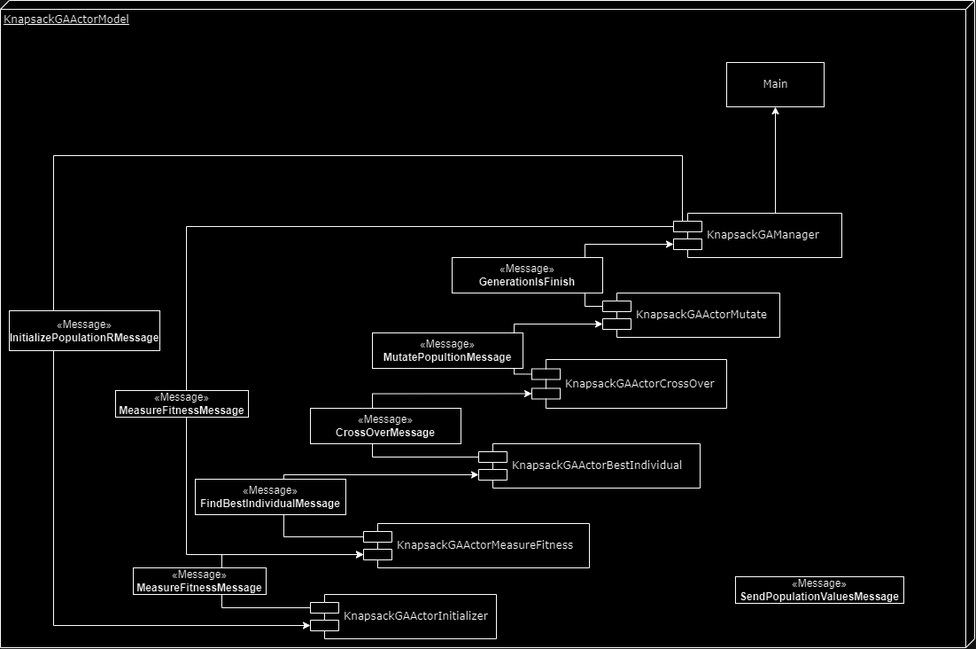
Daniel02Lopes/PPC keeps this draw.io diagram as KnapsackGAActorModel/arquitetura.drawio.png. Above is the earlier version. Source tidied: cells renumbered, new cells last; positions are measured from the earlier drawing's top-left corner, leaving out a move shared by most shapes.
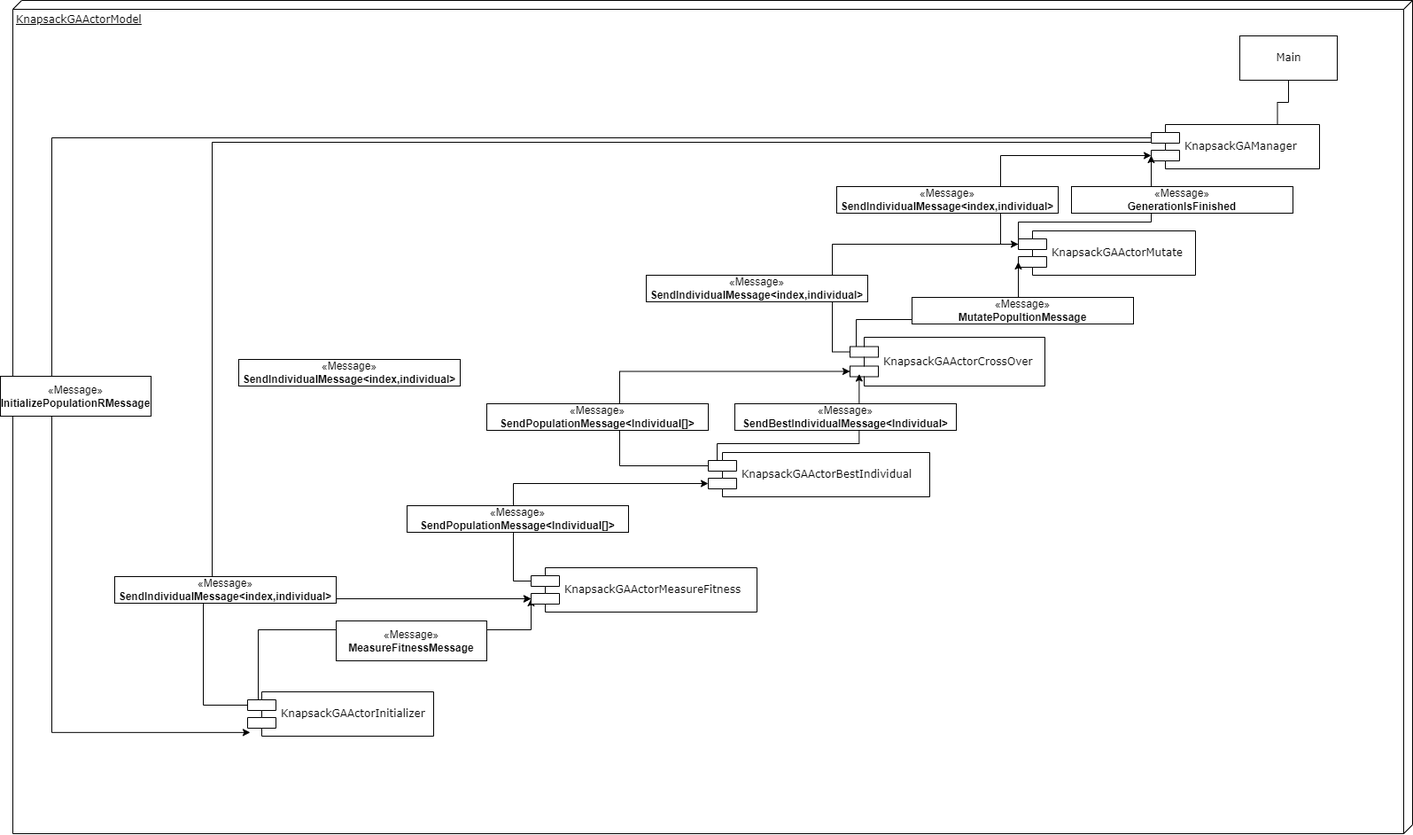
Later version of the same file.

Commit message:
Alterado o desenho da arquitetura para relatório

Diff of the diagram source:
```diff
@@ -3,110 +3,147 @@
     <mxCell id="0" />
     <mxCell id="1" parent="0" />
     <mxCell id="2" value="KnapsackGAActorModel" style="verticalAlign=top;align=left;spacingTop=8;spacingLeft=2;spacingRight=12;shape=cube;size=10;direction=south;fontStyle=4;html=1;rounded=0;shadow=0;comic=0;labelBackgroundColor=none;strokeWidth=1;fontFamily=Verdana;fontSize=12;" parent="1" vertex="1">
-      <mxGeometry width="1100" height="730" as="geometry" />
+      <mxGeometry x="-195" y="60" width="1580" height="940" as="geometry" />
     </mxCell>
     <mxCell id="3" value="Main" style="html=1;rounded=0;shadow=0;comic=0;labelBackgroundColor=none;strokeWidth=1;fontFamily=Verdana;fontSize=12;align=center;" parent="1" vertex="1">
-      <mxGeometry x="820" y="70" width="110" height="50" as="geometry" />
+      <mxGeometry x="1190" y="100" width="110" height="50" as="geometry" />
     </mxCell>
-    <mxCell id="4" style="edgeStyle=orthogonalEdgeStyle;rounded=0;jettySize=auto;html=1;exitX=0;exitY=0.3;exitDx=0;exitDy=0;entryX=0;entryY=0.7;entryDx=0;entryDy=0;" parent="1" edge="1" source="7" target="9">
-      <mxGeometry relative="1" as="geometry">
-        <Array as="points">
-          <mxPoint x="770" y="255" />
-          <mxPoint x="770" y="175" />
-          <mxPoint x="60" y="175" />
-          <mxPoint x="60" y="705" />
-        </Array>
-      </mxGeometry>
-    </mxCell>
-    <mxCell id="5" style="edgeStyle=orthogonalEdgeStyle;rounded=0;jettySize=auto;html=1;exitX=0.5;exitY=0;exitDx=0;exitDy=0;entryX=0.5;entryY=1;entryDx=0;entryDy=0;" parent="1" edge="1" source="7" target="3">
-      <mxGeometry relative="1" as="geometry">
-        <Array as="points">
-          <mxPoint x="875" y="240" />
-        </Array>
-      </mxGeometry>
+    <mxCell id="5" style="edgeStyle=orthogonalEdgeStyle;rounded=0;jettySize=auto;html=1;exitX=0.75;exitY=0;exitDx=0;exitDy=0;entryX=0.5;entryY=1;entryDx=0;entryDy=0;endArrow=none;endFill=0;" parent="1" edge="1" source="7" target="3">
+      <mxGeometry relative="1" as="geometry" />
     </mxCell>
     <mxCell id="6" style="edgeStyle=orthogonalEdgeStyle;rounded=0;jettySize=auto;html=1;exitX=0;exitY=0.3;exitDx=0;exitDy=0;entryX=0;entryY=0.7;entryDx=0;entryDy=0;" parent="1" edge="1" source="7" target="17">
       <mxGeometry relative="1" as="geometry">
         <Array as="points">
-          <mxPoint x="210" y="255" />
-          <mxPoint x="210" y="625" />
+          <mxPoint x="1090" y="220" />
+          <mxPoint x="30" y="220" />
+          <mxPoint x="30" y="735" />
         </Array>
       </mxGeometry>
     </mxCell>
     <mxCell id="7" value="KnapsackGAManager" style="shape=component;align=left;spacingLeft=36;rounded=0;shadow=0;comic=0;labelBackgroundColor=none;strokeWidth=1;fontFamily=Verdana;fontSize=12;html=1;" parent="1" vertex="1">
-      <mxGeometry x="760" y="240" width="190" height="50" as="geometry" />
+      <mxGeometry x="1090" y="200" width="190" height="50" as="geometry" />
     </mxCell>
-    <mxCell id="8" style="edgeStyle=orthogonalEdgeStyle;rounded=0;jettySize=auto;html=1;exitX=0;exitY=0.3;exitDx=0;exitDy=0;entryX=0;entryY=0.7;entryDx=0;entryDy=0;" parent="1" edge="1" source="9" target="17">
-      <mxGeometry relative="1" as="geometry">
-        <Array as="points">
-          <mxPoint x="250" y="685" />
-          <mxPoint x="250" y="625" />
-        </Array>
-      </mxGeometry>
-    </mxCell>
+    <mxCell id="27" style="edgeStyle=orthogonalEdgeStyle;rounded=0;jettySize=auto;html=1;exitX=0;exitY=0.3;exitDx=0;exitDy=0;entryX=0;entryY=0.7;entryDx=0;entryDy=0;" parent="1" edge="1" source="9" target="17">
+      <mxGeometry relative="1" as="geometry">
+        <Array as="points">
+          <mxPoint x="20" y="855" />
+          <mxPoint x="20" y="735" />
+        </Array>
+      </mxGeometry>
+    </mxCell>
+    <mxCell id="28" style="edgeStyle=orthogonalEdgeStyle;rounded=0;jettySize=auto;html=1;exitX=0;exitY=0.3;exitDx=0;exitDy=0;entryX=0;entryY=0.7;entryDx=0;entryDy=0;" parent="1" edge="1" source="9" target="17">
+      <mxGeometry relative="1" as="geometry">
+        <Array as="points">
+          <mxPoint x="82" y="855" />
+          <mxPoint x="82" y="770" />
+          <mxPoint x="390" y="770" />
+        </Array>
+      </mxGeometry>
+    </mxCell>
     <mxCell id="9" value="KnapsackGAActorInitializer" style="shape=component;align=left;spacingLeft=36;rounded=0;shadow=0;comic=0;labelBackgroundColor=none;strokeWidth=1;fontFamily=Verdana;fontSize=12;html=1;" parent="1" vertex="1">
-      <mxGeometry x="350" y="670" width="210" height="50" as="geometry" />
+      <mxGeometry x="70" y="840" width="210" height="50" as="geometry" />
     </mxCell>
-    <mxCell id="10" style="edgeStyle=orthogonalEdgeStyle;rounded=0;jettySize=auto;html=1;exitX=0;exitY=0.3;exitDx=0;exitDy=0;entryX=0;entryY=0.7;entryDx=0;entryDy=0;" parent="1" edge="1" source="11" target="7">
-      <mxGeometry relative="1" as="geometry" />
-    </mxCell>
+    <mxCell id="29" style="edgeStyle=orthogonalEdgeStyle;rounded=0;jettySize=auto;html=1;exitX=0;exitY=0.3;exitDx=0;exitDy=0;entryX=0;entryY=0.7;entryDx=0;entryDy=0;" parent="1" edge="1" source="11" target="7">
+      <mxGeometry relative="1" as="geometry" />
+    </mxCell>
+    <mxCell id="30" style="edgeStyle=orthogonalEdgeStyle;rounded=0;jettySize=auto;html=1;exitX=0;exitY=0.3;exitDx=0;exitDy=0;entryX=0;entryY=0.7;entryDx=0;entryDy=0;" parent="1" edge="1" source="11" target="7">
+      <mxGeometry relative="1" as="geometry">
+        <Array as="points">
+          <mxPoint x="940" y="310" />
+          <mxPoint x="1090" y="310" />
+        </Array>
+      </mxGeometry>
+    </mxCell>
     <mxCell id="11" value="KnapsackGAActorMutate" style="shape=component;align=left;spacingLeft=36;rounded=0;shadow=0;comic=0;labelBackgroundColor=none;strokeWidth=1;fontFamily=Verdana;fontSize=12;html=1;" parent="1" vertex="1">
-      <mxGeometry x="680" y="330" width="200" height="50" as="geometry" />
+      <mxGeometry x="940" y="320" width="200" height="50" as="geometry" />
     </mxCell>
-    <mxCell id="12" style="edgeStyle=orthogonalEdgeStyle;rounded=0;jettySize=auto;html=1;exitX=0;exitY=0.3;exitDx=0;exitDy=0;entryX=0;entryY=0.7;entryDx=0;entryDy=0;" parent="1" edge="1" source="13" target="11">
-      <mxGeometry relative="1" as="geometry" />
-    </mxCell>
+    <mxCell id="31" style="edgeStyle=orthogonalEdgeStyle;rounded=0;jettySize=auto;html=1;exitX=0;exitY=0.3;exitDx=0;exitDy=0;entryX=0;entryY=0.3;entryDx=0;entryDy=0;" parent="1" edge="1" source="13" target="11">
+      <mxGeometry relative="1" as="geometry" />
+    </mxCell>
+    <mxCell id="32" style="edgeStyle=orthogonalEdgeStyle;rounded=0;jettySize=auto;html=1;exitX=0;exitY=0.3;exitDx=0;exitDy=0;entryX=0;entryY=0.7;entryDx=0;entryDy=0;" parent="1" edge="1" source="13" target="11">
+      <mxGeometry relative="1" as="geometry">
+        <Array as="points">
+          <mxPoint x="757" y="457" />
+          <mxPoint x="757" y="420" />
+          <mxPoint x="940" y="420" />
+        </Array>
+      </mxGeometry>
+    </mxCell>
     <mxCell id="13" value="KnapsackGAActorCrossOver" style="shape=component;align=left;spacingLeft=36;rounded=0;shadow=0;comic=0;labelBackgroundColor=none;strokeWidth=1;fontFamily=Verdana;fontSize=12;html=1;" parent="1" vertex="1">
-      <mxGeometry x="600" y="405" width="220" height="55" as="geometry" />
+      <mxGeometry x="750" y="440" width="220" height="55" as="geometry" />
     </mxCell>
-    <mxCell id="14" style="edgeStyle=orthogonalEdgeStyle;rounded=0;jettySize=auto;html=1;exitX=0;exitY=0.3;exitDx=0;exitDy=0;entryX=0;entryY=0.7;entryDx=0;entryDy=0;" parent="1" edge="1" source="15" target="13">
-      <mxGeometry relative="1" as="geometry">
-        <Array as="points">
-          <mxPoint x="420" y="515" />
-          <mxPoint x="420" y="444" />
-        </Array>
-      </mxGeometry>
-    </mxCell>
-    <mxCell id="15" value="KnapsackGAActorBestIndividual" style="shape=component;align=left;spacingLeft=36;rounded=0;shadow=0;comic=0;labelBackgroundColor=none;strokeWidth=1;fontFamily=Verdana;fontSize=12;html=1;" parent="1" vertex="1">
-      <mxGeometry x="540" y="500" width="250" height="50" as="geometry" />
-    </mxCell>
+    <mxCell id="33" style="edgeStyle=orthogonalEdgeStyle;rounded=0;jettySize=auto;html=1;exitX=0;exitY=0.3;exitDx=0;exitDy=0;entryX=0;entryY=0.7;entryDx=0;entryDy=0;" parent="1" edge="1" source="15" target="13">
+      <mxGeometry relative="1" as="geometry">
+        <Array as="points">
+          <mxPoint x="490" y="585" />
+          <mxPoint x="490" y="479" />
+        </Array>
+      </mxGeometry>
+    </mxCell>
     <mxCell id="16" style="edgeStyle=orthogonalEdgeStyle;rounded=0;jettySize=auto;html=1;exitX=0;exitY=0.3;exitDx=0;exitDy=0;entryX=0;entryY=0.7;entryDx=0;entryDy=0;" parent="1" edge="1" source="17" target="15">
-      <mxGeometry relative="1" as="geometry">
-        <Array as="points">
-          <mxPoint x="320" y="605" />
-          <mxPoint x="320" y="535" />
-        </Array>
-      </mxGeometry>
+      <mxGeometry relative="1" as="geometry" />
     </mxCell>
     <mxCell id="17" value="KnapsackGAActorMeasureFitness" style="shape=component;align=left;spacingLeft=36;rounded=0;shadow=0;comic=0;labelBackgroundColor=none;strokeWidth=1;fontFamily=Verdana;fontSize=12;html=1;" parent="1" vertex="1">
-      <mxGeometry x="410" y="590" width="255" height="50" as="geometry" />
+      <mxGeometry x="390" y="700" width="255" height="50" as="geometry" />
     </mxCell>
+    <mxCell id="24" style="edgeStyle=orthogonalEdgeStyle;rounded=0;orthogonalLoop=1;jettySize=auto;html=1;exitX=0.5;exitY=1;exitDx=0;exitDy=0;" parent="1" edge="1">
+      <mxGeometry relative="1" as="geometry">
+        <mxPoint x="215" y="670" as="sourcePoint" />
+        <mxPoint x="215" y="670" as="targetPoint" />
+      </mxGeometry>
+    </mxCell>
+    <mxCell id="26" value="«Message»&lt;br&gt;&lt;b&gt;SendIndividualMessage&amp;lt;index,individual&amp;gt;&lt;/b&gt;" style="html=1;whiteSpace=wrap;" parent="1" vertex="1">
+      <mxGeometry x="-80" y="710" width="250" height="30" as="geometry" />
+    </mxCell>
+    <mxCell id="34" value="«Message»&lt;br&gt;&lt;b&gt;SendIndividualMessage&amp;lt;index,individual&amp;gt;&lt;/b&gt;" style="html=1;whiteSpace=wrap;" parent="1" vertex="1">
+      <mxGeometry x="520" y="370" width="250" height="30" as="geometry" />
+    </mxCell>
+    <mxCell id="35" value="«Message»&lt;br&gt;&lt;b&gt;SendIndividualMessage&amp;lt;index,individual&amp;gt;&lt;/b&gt;" style="html=1;whiteSpace=wrap;" parent="1" vertex="1">
+      <mxGeometry x="735" y="270" width="250" height="30" as="geometry" />
+    </mxCell>
+    <mxCell id="36" value="«Message»&lt;br&gt;&lt;b&gt;SendIndividualMessage&amp;lt;index,individual&amp;gt;&lt;/b&gt;" style="html=1;whiteSpace=wrap;" parent="1" vertex="1">
+      <mxGeometry x="60" y="465" width="250" height="30" as="geometry" />
+    </mxCell>
+    <mxCell id="37" value="«Message»&lt;br&gt;&lt;b&gt;MeasureFitnessMessage&lt;/b&gt;" style="html=1;whiteSpace=wrap;" parent="1" vertex="1">
+      <mxGeometry x="170" y="760" width="170" height="45" as="geometry" />
+    </mxCell>
+    <mxCell id="38" value="«Message»&lt;br&gt;&lt;b&gt;SendPopulationMessage&amp;lt;Individual[]&amp;gt;&lt;/b&gt;" style="html=1;whiteSpace=wrap;" parent="1" vertex="1">
+      <mxGeometry x="250" y="630" width="250" height="30" as="geometry" />
+    </mxCell>
+    <mxCell id="39" value="«Message»&lt;br&gt;&lt;b&gt;SendPopulationMessage&amp;lt;Individual[]&amp;gt;&lt;/b&gt;" style="html=1;whiteSpace=wrap;" parent="1" vertex="1">
+      <mxGeometry x="340" y="515" width="250" height="30" as="geometry" />
+    </mxCell>
+    <mxCell id="22" value="«Message»&lt;br&gt;&lt;b&gt;MutatePopultionMessage&lt;/b&gt;" style="html=1;whiteSpace=wrap;" parent="1" vertex="1">
+      <mxGeometry x="820" y="395" width="250" height="30" as="geometry" />
+    </mxCell>
+    <mxCell id="40" style="edgeStyle=orthogonalEdgeStyle;rounded=0;jettySize=auto;html=1;exitX=0;exitY=0.3;exitDx=0;exitDy=0;entryX=0.047;entryY=0.754;entryDx=0;entryDy=0;entryPerimeter=0;" parent="1" edge="1" source="15" target="13">
+      <mxGeometry relative="1" as="geometry">
+        <Array as="points">
+          <mxPoint x="600" y="585" />
+          <mxPoint x="600" y="560" />
+          <mxPoint x="760" y="560" />
+        </Array>
+      </mxGeometry>
+    </mxCell>
+    <mxCell id="41" value="«Message»&lt;br&gt;&lt;b&gt;SendBestIndividualMessage&amp;lt;Individual&amp;gt;&lt;/b&gt;" style="html=1;whiteSpace=wrap;" parent="1" vertex="1">
+      <mxGeometry x="620" y="515" width="250" height="30" as="geometry" />
+    </mxCell>
+    <mxCell id="15" value="KnapsackGAActorBestIndividual" style="shape=component;align=left;spacingLeft=36;rounded=0;shadow=0;comic=0;labelBackgroundColor=none;strokeWidth=1;fontFamily=Verdana;fontSize=12;html=1;" parent="1" vertex="1">
+      <mxGeometry x="590" y="570" width="250" height="50" as="geometry" />
+    </mxCell>
+    <mxCell id="42" value="«Message»&lt;br&gt;&lt;b&gt;GenerationIsFinished&lt;/b&gt;" style="html=1;whiteSpace=wrap;" parent="1" vertex="1">
+      <mxGeometry x="1000" y="270" width="250" height="30" as="geometry" />
+    </mxCell>
+    <mxCell id="4" style="edgeStyle=orthogonalEdgeStyle;rounded=0;jettySize=auto;html=1;exitX=0;exitY=0.3;exitDx=0;exitDy=0;entryX=0.014;entryY=0.917;entryDx=0;entryDy=0;entryPerimeter=0;" parent="1" edge="1" source="7" target="9">
+      <mxGeometry relative="1" as="geometry">
+        <Array as="points">
+          <mxPoint x="-151" y="215" />
+          <mxPoint x="-151" y="886" />
+        </Array>
+      </mxGeometry>
+    </mxCell>
     <mxCell id="18" value="«Message»&lt;br&gt;&lt;b&gt;InitializePopulationRMessage&lt;/b&gt;" style="html=1;whiteSpace=wrap;" parent="1" vertex="1">
-      <mxGeometry x="10" y="350" width="170" height="45" as="geometry" />
+      <mxGeometry x="-209" y="484" width="170" height="45" as="geometry" />
     </mxCell>
-    <mxCell id="19" value="«Message»&lt;br&gt;&lt;b&gt;MeasureFitnessMessage&lt;/b&gt;" style="html=1;whiteSpace=wrap;" parent="1" vertex="1">
-      <mxGeometry x="150" y="640" width="150" height="30" as="geometry" />
-    </mxCell>
-    <mxCell id="20" value="«Message»&lt;br&gt;&lt;b&gt;FindBestIndividualMessage&lt;/b&gt;" style="html=1;whiteSpace=wrap;" parent="1" vertex="1">
-      <mxGeometry x="220" y="540" width="170" height="40" as="geometry" />
-    </mxCell>
-    <mxCell id="21" value="«Message»&lt;br&gt;&lt;b&gt;CrossOverMessage&lt;/b&gt;" style="html=1;whiteSpace=wrap;" parent="1" vertex="1">
-      <mxGeometry x="350" y="460" width="170" height="40" as="geometry" />
-    </mxCell>
-    <mxCell id="22" value="«Message»&lt;br&gt;&lt;b&gt;MutatePopultionMessage&lt;/b&gt;" style="html=1;whiteSpace=wrap;" parent="1" vertex="1">
-      <mxGeometry x="420" y="375" width="170" height="40" as="geometry" />
-    </mxCell>
-    <mxCell id="23" value="«Message»&lt;br&gt;&lt;b&gt;GenerationIsFinish&lt;/b&gt;" style="html=1;whiteSpace=wrap;" parent="1" vertex="1">
-      <mxGeometry x="510" y="290" width="170" height="40" as="geometry" />
-    </mxCell>
-    <mxCell id="24" style="edgeStyle=orthogonalEdgeStyle;rounded=0;orthogonalLoop=1;jettySize=auto;html=1;exitX=0.5;exitY=1;exitDx=0;exitDy=0;" parent="1" edge="1" source="19" target="19">
-      <mxGeometry relative="1" as="geometry" />
-    </mxCell>
-    <mxCell id="25" value="«Message»&lt;br&gt;&lt;b&gt;MeasureFitnessMessage&lt;/b&gt;" style="html=1;whiteSpace=wrap;" parent="1" vertex="1">
-      <mxGeometry x="130" y="440" width="150" height="30" as="geometry" />
-    </mxCell>
-    <mxCell id="26" value="«Message»&lt;br&gt;&lt;b&gt;SendPopulationValuesMessage&lt;/b&gt;" style="html=1;whiteSpace=wrap;" parent="1" vertex="1">
-      <mxGeometry x="830" y="650" width="190" height="30" as="geometry" />
-    </mxCell>
   </root>
 </mxGraphModel>
```
